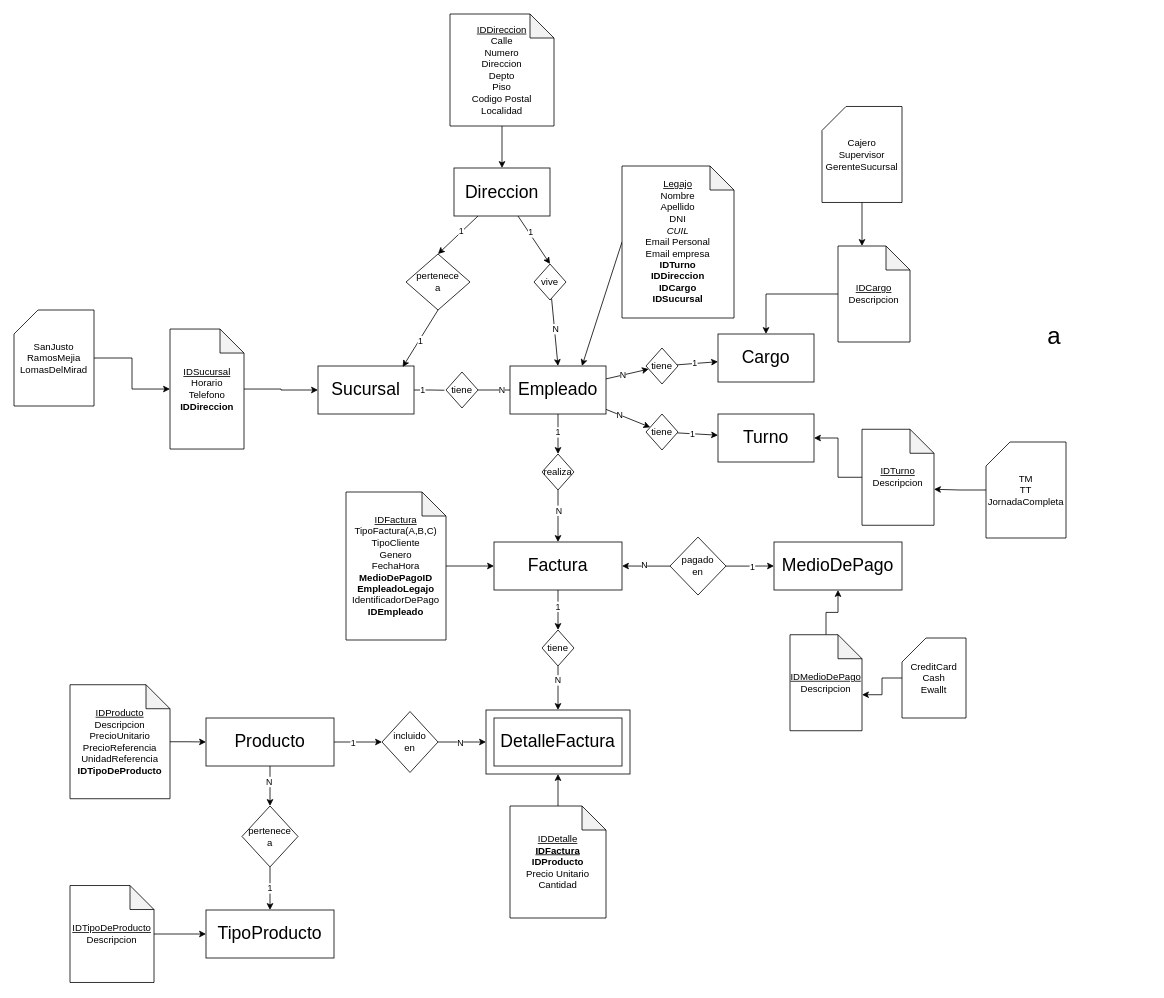
Before: page "Page-1" (1 of 3) of DER/DER_TP.drawio in Omar-Monges/proyecto_aurora, a draw.io diagram. Source tidied: cells renumbered, new cells numbered last; positions are measured from the earlier drawing's top-left corner, leaving out a move shared by most shapes. Both pictures are drawn from the tidied source at 80%, with x=0, y=0 at pixel (14, 14).
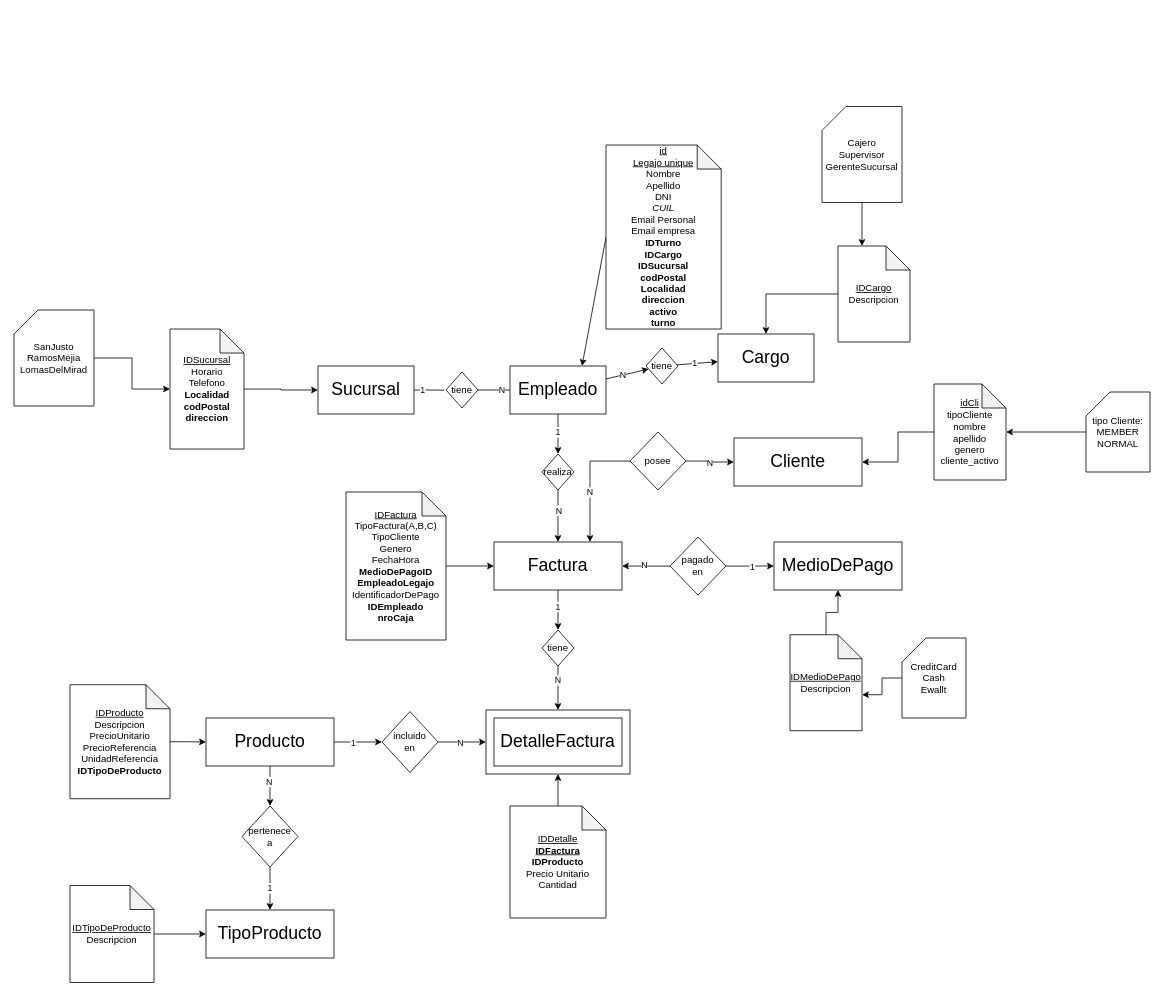
Above is the later version.

Commit message (it also covers changes not shown here):
otro enfoque - borramos la entidad direccion, moficacion del DER, reajuste en los campos

The change refers to these unchanged cells:
```xml
<mxCell id="3" value="Sucursal" style="rounded=0;whiteSpace=wrap;html=1;fontSize=22;" parent="1" vertex="1">
  <mxGeometry x="380" y="440" width="120" height="60" as="geometry" />
</mxCell>
<mxCell id="10" value="Empleado" style="rounded=0;whiteSpace=wrap;html=1;fontSize=22;" parent="1" vertex="1">
  <mxGeometry x="620" y="440" width="120" height="60" as="geometry" />
</mxCell>
<mxCell id="26" value="Factura" style="rounded=0;whiteSpace=wrap;html=1;fontSize=22;" parent="1" vertex="1">
  <mxGeometry x="600" y="660" width="160" height="60" as="geometry" />
</mxCell>
```

What changed in the source:
```diff
@@
-    <mxCell id="8" style="rounded=0;jettySize=auto;html=1;" parent="1" edge="1" source="10" target="72">
-      <mxGeometry relative="1" as="geometry" />
-    </mxCell>
-    <mxCell id="9" value="N" style="edgeLabel;html=1;align=center;verticalAlign=middle;" parent="8" vertex="1">
-      <mxGeometry x="-0.39" relative="1" as="geometry" />
-    </mxCell>
@@
-    <mxCell id="17" value="&lt;u&gt;Legajo&lt;/u&gt;&lt;div&gt;Nombre&lt;/div&gt;&lt;div&gt;Apellido&lt;/div&gt;&lt;div&gt;DNI&lt;/div&gt;&lt;div&gt;&lt;i&gt;CUIL&lt;/i&gt;&lt;/div&gt;&lt;div&gt;Email Personal&lt;/div&gt;&lt;div&gt;Email empresa&lt;/div&gt;&lt;div&gt;&lt;b style=&quot;background-color: initial;&quot;&gt;IDTurno&lt;/b&gt;&lt;br&gt;&lt;/div&gt;&lt;div&gt;&lt;b&gt;IDDireccion&lt;/b&gt;&lt;/div&gt;&lt;div&gt;&lt;b&gt;IDCargo&lt;/b&gt;&lt;/div&gt;&lt;div&gt;&lt;b&gt;IDSucursal&lt;/b&gt;&lt;/div&gt;" style="shape=note;whiteSpace=wrap;html=1;backgroundOutline=1;darkOpacity=0.05;" parent="1" vertex="1">
-      <mxGeometry x="760" y="190" width="140" height="190" as="geometry" />
+    <mxCell id="17" value="&lt;div&gt;&lt;u&gt;id&lt;/u&gt;&lt;/div&gt;&lt;u&gt;Legajo unique&lt;/u&gt;&lt;div&gt;Nombre&lt;/div&gt;&lt;div&gt;Apellido&lt;/div&gt;&lt;div&gt;DNI&lt;/div&gt;&lt;div&gt;&lt;i&gt;CUIL&lt;/i&gt;&lt;/div&gt;&lt;div&gt;Email Personal&lt;/div&gt;&lt;div&gt;Email empresa&lt;/div&gt;&lt;div&gt;&lt;b style=&quot;background-color: initial;&quot;&gt;IDTurno&lt;/b&gt;&lt;/div&gt;&lt;div&gt;&lt;b&gt;IDCargo&lt;/b&gt;&lt;/div&gt;&lt;div&gt;&lt;b&gt;IDSucursal&lt;/b&gt;&lt;/div&gt;&lt;div&gt;&lt;b&gt;codPostal&lt;/b&gt;&lt;/div&gt;&lt;div&gt;&lt;b&gt;Localidad&lt;/b&gt;&lt;/div&gt;&lt;div&gt;&lt;b&gt;direccion&lt;/b&gt;&lt;/div&gt;&lt;div&gt;&lt;b&gt;activo&lt;/b&gt;&lt;/div&gt;&lt;div&gt;&lt;b&gt;turno&lt;/b&gt;&lt;/div&gt;" style="shape=note;whiteSpace=wrap;html=1;backgroundOutline=1;darkOpacity=0.05;" parent="1" vertex="1">
+      <mxGeometry x="740" y="163.8" width="144" height="230" as="geometry" />
     </mxCell>
@@
-    <mxCell id="48" value="&lt;u&gt;IDFactura&lt;/u&gt;&lt;div&gt;TipoFactura(A,B,C)&lt;/div&gt;&lt;div&gt;TipoCliente&lt;/div&gt;&lt;div&gt;Genero&lt;/div&gt;&lt;div&gt;FechaHora&lt;/div&gt;&lt;div&gt;&lt;b&gt;MedioDePagoID&lt;/b&gt;&lt;/div&gt;&lt;div&gt;&lt;b&gt;EmpleadoLegajo&lt;/b&gt;&lt;/div&gt;&lt;div&gt;IdentificadorDePago&lt;/div&gt;&lt;div&gt;&lt;b&gt;IDEmpleado&lt;/b&gt;&lt;/div&gt;" style="shape=note;whiteSpace=wrap;html=1;backgroundOutline=1;darkOpacity=0.05;" parent="1" vertex="1">
+    <mxCell id="48" value="&lt;u&gt;IDFactura&lt;/u&gt;&lt;div&gt;TipoFactura(A,B,C)&lt;/div&gt;&lt;div&gt;TipoCliente&lt;/div&gt;&lt;div&gt;Genero&lt;/div&gt;&lt;div&gt;FechaHora&lt;/div&gt;&lt;div&gt;&lt;b&gt;MedioDePagoID&lt;/b&gt;&lt;/div&gt;&lt;div&gt;&lt;b&gt;EmpleadoLegajo&lt;/b&gt;&lt;/div&gt;&lt;div&gt;IdentificadorDePago&lt;/div&gt;&lt;div&gt;&lt;b&gt;IDEmpleado&lt;/b&gt;&lt;/div&gt;&lt;div&gt;&lt;b&gt;nroCaja&lt;/b&gt;&lt;/div&gt;" style="shape=note;whiteSpace=wrap;html=1;backgroundOutline=1;darkOpacity=0.05;" parent="1" vertex="1">
       <mxGeometry x="415" y="597.5" width="125" height="185" as="geometry" />
     </mxCell>
@@
-    <mxCell id="51" style="rounded=0;jettySize=auto;html=1;entryX=0.5;entryY=0;entryDx=0;entryDy=0;" parent="1" edge="1" source="55" target="61">
-      <mxGeometry relative="1" as="geometry" />
-    </mxCell>
-    <mxCell id="52" value="1" style="edgeLabel;html=1;align=center;verticalAlign=middle;" parent="51" vertex="1">
-      <mxGeometry x="-0.32" y="2" relative="1" as="geometry" />
-    </mxCell>
-    <mxCell id="53" style="rounded=0;jettySize=auto;html=1;entryX=0.5;entryY=0;entryDx=0;entryDy=0;exitX=0.25;exitY=1;exitDx=0;exitDy=0;" parent="1" edge="1" source="55" target="58">
-      <mxGeometry relative="1" as="geometry" />
-    </mxCell>
-    <mxCell id="54" value="1" style="edgeLabel;html=1;align=center;verticalAlign=middle;" parent="53" vertex="1">
-      <mxGeometry x="-0.17" y="-1" relative="1" as="geometry" />
-    </mxCell>
-    <mxCell id="55" value="Direccion" style="rounded=0;whiteSpace=wrap;html=1;fontSize=22;" parent="1" vertex="1">
-      <mxGeometry x="550" y="192.5" width="120" height="60" as="geometry" />
-    </mxCell>
-    <mxCell id="56" style="rounded=0;jettySize=auto;html=1;entryX=0.882;entryY=0.02;entryDx=0;entryDy=0;entryPerimeter=0;exitX=0.5;exitY=1;exitDx=0;exitDy=0;" parent="1" edge="1" source="58" target="3">
-      <mxGeometry relative="1" as="geometry" />
-    </mxCell>
-    <mxCell id="57" value="1" style="edgeLabel;html=1;align=center;verticalAlign=middle;" parent="56" vertex="1">
-      <mxGeometry x="0.08" y="1" relative="1" as="geometry" />
-    </mxCell>
-    <mxCell id="58" value="pertenece&lt;div&gt;a&lt;/div&gt;" style="rhombus;whiteSpace=wrap;html=1;" parent="1" vertex="1">
-      <mxGeometry x="490" y="300" width="80" height="70" as="geometry" />
-    </mxCell>
-    <mxCell id="59" style="rounded=0;jettySize=auto;html=1;entryX=0.5;entryY=0;entryDx=0;entryDy=0;" parent="1" edge="1" source="61" target="10">
-      <mxGeometry relative="1" as="geometry" />
-    </mxCell>
-    <mxCell id="60" value="N" style="edgeLabel;html=1;align=center;verticalAlign=middle;" parent="59" vertex="1">
-      <mxGeometry x="-0.11" y="1" relative="1" as="geometry" />
-    </mxCell>
-    <mxCell id="61" value="vive" style="rhombus;whiteSpace=wrap;html=1;" parent="1" vertex="1">
-      <mxGeometry x="650" y="312.5" width="40" height="45" as="geometry" />
-    </mxCell>
-    <mxCell id="62" style="edgeStyle=orthogonalEdgeStyle;rounded=0;jettySize=auto;html=1;entryX=0.5;entryY=0;entryDx=0;entryDy=0;" parent="1" edge="1" source="63" target="55">
-      <mxGeometry relative="1" as="geometry" />
+    <mxCell id="62" style="edgeStyle=orthogonalEdgeStyle;rounded=0;orthogonalLoop=1;jettySize=auto;html=1;entryX=0.5;entryY=0;entryDx=0;entryDy=0;" parent="1" edge="1">
+      <mxGeometry relative="1" as="geometry">
+        <mxPoint x="610" y="192.5" as="targetPoint" />
+      </mxGeometry>
     </mxCell>
-    <mxCell id="63" value="&lt;u&gt;IDDireccion&lt;/u&gt;&lt;div&gt;Calle&lt;/div&gt;&lt;div&gt;Numero&lt;/div&gt;&lt;div&gt;Direccion&lt;/div&gt;&lt;div&gt;Depto&lt;/div&gt;&lt;div&gt;Piso&lt;/div&gt;&lt;div&gt;Codigo Postal&lt;/div&gt;&lt;div&gt;&lt;span style=&quot;background-color: initial;&quot;&gt;Localidad&lt;/span&gt;&lt;br&gt;&lt;/div&gt;" style="shape=note;whiteSpace=wrap;html=1;backgroundOutline=1;darkOpacity=0.05;" parent="1" vertex="1">
-      <mxGeometry x="545" width="130" height="140" as="geometry" />
-    </mxCell>
@@
-    <mxCell id="69" value="Turno" style="rounded=0;whiteSpace=wrap;html=1;fontSize=22;" parent="1" vertex="1">
-      <mxGeometry x="880" y="500" width="120" height="60" as="geometry" />
-    </mxCell>
-    <mxCell id="70" style="rounded=0;jettySize=auto;html=1;" parent="1" edge="1" source="72" target="69">
-      <mxGeometry relative="1" as="geometry" />
+    <mxCell id="70" style="rounded=0;orthogonalLoop=1;jettySize=auto;html=1;" parent="1" edge="1">
+      <mxGeometry relative="1" as="geometry">
+        <mxPoint x="880" y="526.5" as="targetPoint" />
+      </mxGeometry>
     </mxCell>
@@
-    <mxCell id="72" value="tiene" style="rhombus;whiteSpace=wrap;html=1;" parent="1" vertex="1">
-      <mxGeometry x="790" y="500" width="40" height="45" as="geometry" />
-    </mxCell>
-    <mxCell id="73" value="TM&lt;div&gt;TT&lt;/div&gt;&lt;div&gt;JornadaCompleta&lt;/div&gt;" style="shape=card;whiteSpace=wrap;html=1;" parent="1" vertex="1">
-      <mxGeometry x="1215" y="535" width="100" height="120" as="geometry" />
-    </mxCell>
@@
-    <mxCell id="78" value="a" style="text;whiteSpace=wrap;fontSize=30;" parent="1" vertex="1">
-      <mxGeometry x="1290" y="377.5" width="130" height="60" as="geometry" />
-    </mxCell>
@@
-    <mxCell id="83" style="edgeStyle=orthogonalEdgeStyle;rounded=0;jettySize=auto;html=1;entryX=1;entryY=0.5;entryDx=0;entryDy=0;" parent="1" edge="1" source="84" target="69">
-      <mxGeometry relative="1" as="geometry" />
+    <mxCell id="83" style="edgeStyle=orthogonalEdgeStyle;rounded=0;orthogonalLoop=1;jettySize=auto;html=1;entryX=1;entryY=0.5;entryDx=0;entryDy=0;" parent="1" edge="1">
+      <mxGeometry relative="1" as="geometry">
+        <mxPoint x="1060" y="579.1" as="sourcePoint" />
+      </mxGeometry>
     </mxCell>
-    <mxCell id="84" value="&lt;u&gt;IDTurno&lt;/u&gt;&lt;div&gt;Descripcion&lt;/div&gt;" style="shape=note;whiteSpace=wrap;html=1;backgroundOutline=1;darkOpacity=0.05;" parent="1" vertex="1">
-      <mxGeometry x="1060" y="519.1" width="90" height="120" as="geometry" />
-    </mxCell>
-    <mxCell id="85" style="edgeStyle=orthogonalEdgeStyle;rounded=0;jettySize=auto;html=1;entryX=0;entryY=0;entryDx=90;entryDy=75;entryPerimeter=0;" parent="1" edge="1" source="73" target="84">
-      <mxGeometry relative="1" as="geometry" />
+    <mxCell id="85" style="edgeStyle=orthogonalEdgeStyle;rounded=0;orthogonalLoop=1;jettySize=auto;html=1;entryX=0;entryY=0;entryDx=90;entryDy=75;entryPerimeter=0;" parent="1" edge="1">
+      <mxGeometry relative="1" as="geometry">
+        <mxPoint x="1150" y="594.1" as="targetPoint" />
+      </mxGeometry>
     </mxCell>
@@
-    <mxCell id="90" value="&lt;u&gt;IDSucursal&lt;/u&gt;&lt;div&gt;Horario&lt;/div&gt;&lt;div&gt;Telefono&lt;/div&gt;&lt;div&gt;&lt;span style=&quot;background-color: initial;&quot;&gt;&lt;b&gt;IDDireccion&lt;/b&gt;&lt;/span&gt;&lt;/div&gt;" style="shape=note;whiteSpace=wrap;html=1;backgroundOutline=1;darkOpacity=0.05;" parent="1" vertex="1">
+    <mxCell id="90" value="&lt;u&gt;IDSucursal&lt;/u&gt;&lt;div&gt;Horario&lt;/div&gt;&lt;div&gt;Telefono&lt;/div&gt;&lt;div&gt;&lt;span style=&quot;background-color: initial;&quot;&gt;&lt;b&gt;Localidad&lt;/b&gt;&lt;/span&gt;&lt;/div&gt;&lt;div&gt;&lt;span style=&quot;background-color: initial;&quot;&gt;&lt;b&gt;codPostal&lt;/b&gt;&lt;/span&gt;&lt;/div&gt;&lt;div&gt;&lt;span style=&quot;background-color: initial;&quot;&gt;&lt;b&gt;direccion&lt;/b&gt;&lt;/span&gt;&lt;/div&gt;" style="shape=note;whiteSpace=wrap;html=1;backgroundOutline=1;darkOpacity=0.05;" parent="1" vertex="1">
       <mxGeometry x="195" y="393.8" width="92.5" height="150" as="geometry" />
     </mxCell>
@@
+    <mxCell id="92" value="Cliente" style="rounded=0;whiteSpace=wrap;html=1;fontSize=22;" parent="1" vertex="1">
+      <mxGeometry x="900" y="530" width="160" height="60" as="geometry" />
+    </mxCell>
+    <mxCell id="93" style="edgeStyle=orthogonalEdgeStyle;rounded=0;jettySize=auto;html=1;" parent="1" edge="1" source="94" target="92">
+      <mxGeometry relative="1" as="geometry" />
+    </mxCell>
+    <mxCell id="94" value="&lt;u&gt;idCli&lt;/u&gt;&lt;div&gt;tipoCliente&lt;/div&gt;&lt;div&gt;nombre&lt;/div&gt;&lt;div&gt;apellido&lt;/div&gt;&lt;div&gt;genero&lt;/div&gt;&lt;div&gt;cliente_activo&lt;/div&gt;" style="shape=note;whiteSpace=wrap;html=1;backgroundOutline=1;darkOpacity=0.05;" parent="1" vertex="1">
+      <mxGeometry x="1150" y="462.5" width="90" height="120" as="geometry" />
+    </mxCell>
+    <mxCell id="95" style="edgeStyle=orthogonalEdgeStyle;rounded=0;jettySize=auto;html=1;" parent="1" edge="1" source="97" target="92">
+      <mxGeometry relative="1" as="geometry" />
+    </mxCell>
+    <mxCell id="96" style="edgeStyle=orthogonalEdgeStyle;rounded=0;jettySize=auto;html=1;entryX=0.75;entryY=0;entryDx=0;entryDy=0;" parent="1" edge="1" source="97" target="26">
+      <mxGeometry relative="1" as="geometry" />
+    </mxCell>
+    <mxCell id="97" value="posee" style="rhombus;whiteSpace=wrap;html=1;" parent="1" vertex="1">
+      <mxGeometry x="770" y="522.5" width="70" height="72.5" as="geometry" />
+    </mxCell>
+    <mxCell id="98" value="N" style="edgeLabel;html=1;align=center;verticalAlign=middle;" parent="1" vertex="1">
+      <mxGeometry x="797.2" y="698" as="geometry">
+        <mxPoint x="-78" y="-101" as="offset" />
+      </mxGeometry>
+    </mxCell>
+    <mxCell id="99" value="N" style="edgeLabel;html=1;align=center;verticalAlign=middle;" parent="1" vertex="1">
+      <mxGeometry x="807.2" y="708" as="geometry">
+        <mxPoint x="62" y="-148" as="offset" />
+      </mxGeometry>
+    </mxCell>
+    <mxCell id="100" style="edgeStyle=orthogonalEdgeStyle;rounded=0;jettySize=auto;html=1;" parent="1" edge="1" source="101" target="94">
+      <mxGeometry relative="1" as="geometry" />
+    </mxCell>
+    <mxCell id="101" value="tipo Cliente:&lt;div&gt;MEMBER&lt;/div&gt;&lt;div&gt;NORMAL&lt;/div&gt;" style="shape=card;whiteSpace=wrap;html=1;" parent="1" vertex="1">
+      <mxGeometry x="1340" y="472.5" width="80" height="100" as="geometry" />
+    </mxCell>
```
